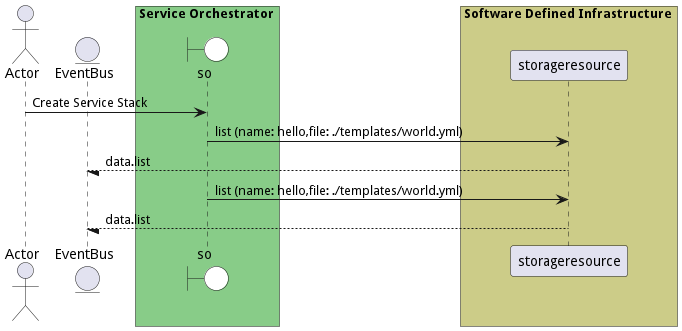
This is docs/edgemere/sml/so/usecases/managestacks/CreateServiceStack.png from madajaju/edgemere, a PlantUML export, as it was before one commit. The source it was exported from:
```plantuml
@startuml

actor "Actor"


entity EventBus

box Service Orchestrator #88cc88
    boundary so #white
end box


box Software Defined Infrastructure #cccc88
            participant storageresource
    end box


"Actor" -> so: Create Service Stack

    so -> "storageresource": list (name: hello,file: ./templates/world.yml)

    "storageresource" --/ EventBus: data.list

    so -> "storageresource": list (name: hello,file: ./templates/world.yml)

    "storageresource" --/ EventBus: data.list



@enduml
```
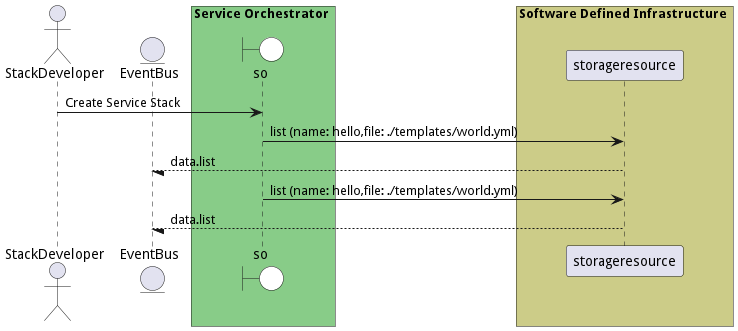
The same diagram one commit later.

Diff of the diagram source:
```diff
@@ -1,6 +1,6 @@
 @startuml
 
-actor "Actor"
+actor "StackDeveloper"
 
 
 entity EventBus
@@ -15,7 +15,7 @@
     end box
 
 
-"Actor" -> so: Create Service Stack
+"StackDeveloper" -> so: Create Service Stack
 
     so -> "storageresource": list (name: hello,file: ./templates/world.yml)
 
```
